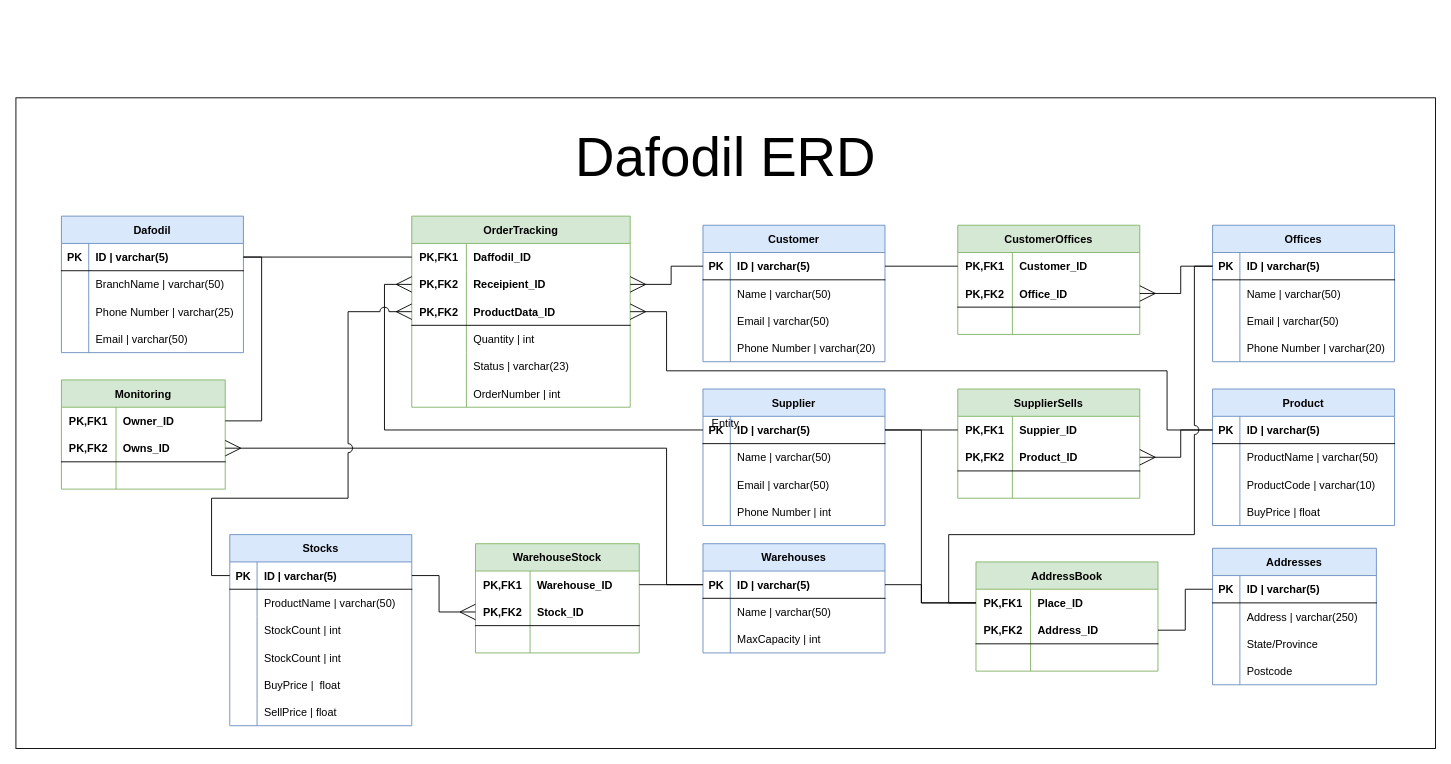
This is ERD.drawio from BaiOmarFromBathSpa/Databases-Assesment, a draw.io file, before an edit. Source tidied: cells renumbered, new cells numbered last; positions are measured from the earlier drawing's top-left corner, leaving out a move shared by most shapes. Both pictures are drawn from the tidied source at 91%, with x=0, y=0 at pixel (15, 97).
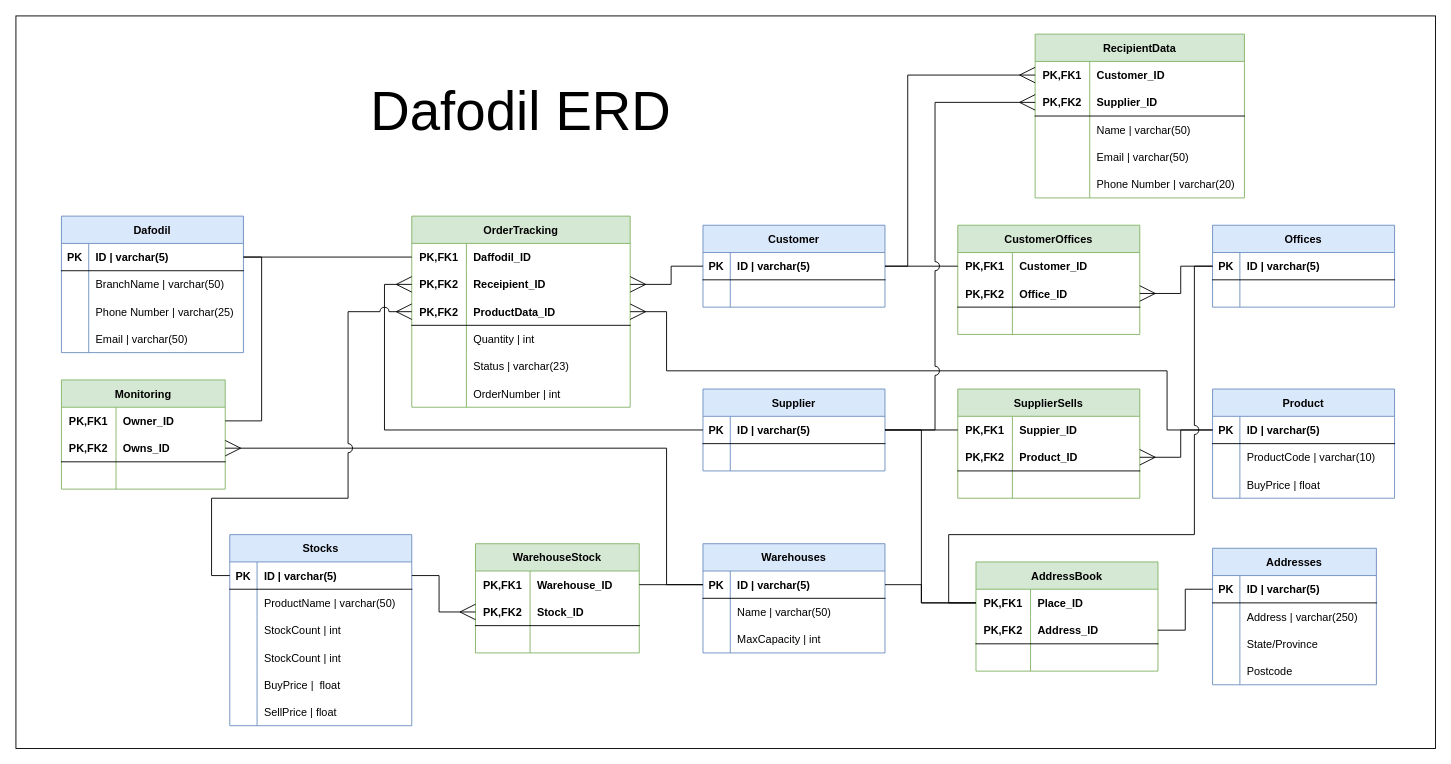
Above is the later version.

The change refers to these unchanged cells:
```xml
<mxCell id="14" style="shape=tableRow;horizontal=0;startSize=0;swimlaneHead=0;swimlaneBody=0;fillColor=none;points=[[0,0.5],[1,0.5]];portConstraint=eastwest;top=0;left=0;right=0;bottom=1;strokeColor=default;" parent="13" vertex="1">
  <mxGeometry y="30" width="200" height="30" as="geometry" />
</mxCell>
<mxCell id="98" style="shape=tableRow;horizontal=0;startSize=0;swimlaneHead=0;swimlaneBody=0;fillColor=none;points=[[0,0.5],[1,0.5]];portConstraint=eastwest;top=0;left=0;right=0;bottom=1;strokeColor=default;" parent="97" vertex="1">
  <mxGeometry y="30" width="200" height="30" as="geometry" />
</mxCell>
```

The edit, as a diff of the source:
```diff
@@
-    <mxCell id="2" value="Entity" style="whiteSpace=wrap;html=1;align=center;strokeColor=default;fillColor=default;backgroundOutline=1;" parent="1" vertex="1">
-      <mxGeometry width="1560" height="715" as="geometry" />
+    <mxCell id="2" style="whiteSpace=wrap;html=1;align=center;strokeColor=default;fillColor=default;backgroundOutline=1;" parent="1" vertex="1">
+      <mxGeometry y="-90" width="1560" height="805" as="geometry" />
     </mxCell>
@@
     <mxCell id="13" value="Customer" style="shape=table;startSize=30;childLayout=tableLayout;rowLines=0;fontStyle=1;align=center;strokeColor=#6c8ebf;fillColor=#dae8fc;" parent="1" vertex="1">
-      <mxGeometry x="755" y="140" width="200" height="150" as="geometry" />
+      <mxGeometry x="755" y="140" width="200" height="90" as="geometry" />
     </mxCell>
@@
-    <mxCell id="17" style="shape=tableRow;horizontal=0;startSize=0;swimlaneHead=0;swimlaneBody=0;fillColor=none;top=0;left=0;right=0;bottom=0;strokeColor=default;" parent="13" vertex="1">
-      <mxGeometry y="60" width="200" height="30" as="geometry" />
-    </mxCell>
-    <mxCell id="18" style="shape=partialRectangle;fillColor=none;top=0;left=0;bottom=0;right=0;overflow=hidden;strokeColor=default;" parent="17" vertex="1">
-      <mxGeometry width="30" height="30" as="geometry" />
-    </mxCell>
-    <mxCell id="19" value="Name | varchar(50)" style="shape=partialRectangle;fillColor=none;top=0;left=0;bottom=0;right=0;align=left;spacingLeft=6;overflow=hidden;strokeColor=default;" parent="17" vertex="1">
-      <mxGeometry x="30" width="170" height="30" as="geometry" />
-    </mxCell>
-    <mxCell id="20" style="shape=tableRow;horizontal=0;startSize=0;swimlaneHead=0;swimlaneBody=0;fillColor=none;top=0;left=0;right=0;bottom=0;strokeColor=default;" parent="13" vertex="1">
-      <mxGeometry y="90" width="200" height="30" as="geometry" />
-    </mxCell>
-    <mxCell id="21" style="shape=partialRectangle;fillColor=none;top=0;left=0;bottom=0;right=0;overflow=hidden;strokeColor=default;" parent="20" vertex="1">
-      <mxGeometry width="30" height="30" as="geometry" />
-    </mxCell>
-    <mxCell id="22" value="Email | varchar(50)" style="shape=partialRectangle;fillColor=none;top=0;left=0;bottom=0;right=0;align=left;spacingLeft=6;overflow=hidden;strokeColor=default;" parent="20" vertex="1">
-      <mxGeometry x="30" width="170" height="30" as="geometry" />
-    </mxCell>
-    <mxCell id="23" style="shape=tableRow;horizontal=0;startSize=0;swimlaneHead=0;swimlaneBody=0;fillColor=none;top=0;left=0;right=0;bottom=0;strokeColor=default;" parent="13" vertex="1">
-      <mxGeometry y="120" width="200" height="30" as="geometry" />
-    </mxCell>
-    <mxCell id="24" style="shape=partialRectangle;fillColor=none;top=0;left=0;bottom=0;right=0;overflow=hidden;strokeColor=default;" parent="23" vertex="1">
-      <mxGeometry width="30" height="30" as="geometry" />
-    </mxCell>
-    <mxCell id="25" value="Phone Number | varchar(20)" style="shape=partialRectangle;fillColor=none;top=0;left=0;bottom=0;right=0;align=left;spacingLeft=6;overflow=hidden;strokeColor=default;" parent="23" vertex="1">
-      <mxGeometry x="30" width="170" height="30" as="geometry" />
-    </mxCell>
+    <mxCell id="197" style="shape=tableRow;horizontal=0;startSize=0;swimlaneHead=0;swimlaneBody=0;fillColor=none;top=0;left=0;right=0;bottom=0;strokeColor=default;" parent="13" vertex="1">
+      <mxGeometry y="60" width="200" height="30" as="geometry" />
+    </mxCell>
+    <mxCell id="198" style="shape=partialRectangle;fillColor=none;top=0;left=0;bottom=0;right=0;overflow=hidden;strokeColor=default;" parent="197" vertex="1">
+      <mxGeometry width="30" height="30" as="geometry" />
+    </mxCell>
+    <mxCell id="199" style="shape=partialRectangle;fillColor=none;top=0;left=0;bottom=0;right=0;align=left;spacingLeft=6;overflow=hidden;strokeColor=default;" parent="197" vertex="1">
+      <mxGeometry x="30" width="170" height="30" as="geometry" />
+    </mxCell>
     <mxCell id="26" value="Offices" style="shape=table;startSize=30;childLayout=tableLayout;rowLines=0;fontStyle=1;align=center;strokeColor=#6c8ebf;fillColor=#dae8fc;" parent="1" vertex="1">
-      <mxGeometry x="1315" y="140" width="200" height="150" as="geometry" />
+      <mxGeometry x="1315" y="140" width="200" height="90" as="geometry" />
     </mxCell>
@@
-    <mxCell id="30" style="shape=tableRow;horizontal=0;startSize=0;swimlaneHead=0;swimlaneBody=0;fillColor=none;top=0;left=0;right=0;bottom=0;strokeColor=default;" parent="26" vertex="1">
-      <mxGeometry y="60" width="200" height="30" as="geometry" />
-    </mxCell>
-    <mxCell id="31" style="shape=partialRectangle;fillColor=none;top=0;left=0;bottom=0;right=0;overflow=hidden;strokeColor=default;" parent="30" vertex="1">
-      <mxGeometry width="30" height="30" as="geometry" />
-    </mxCell>
-    <mxCell id="32" value="Name | varchar(50)" style="shape=partialRectangle;fillColor=none;top=0;left=0;bottom=0;right=0;align=left;spacingLeft=6;overflow=hidden;strokeColor=default;" parent="30" vertex="1">
-      <mxGeometry x="30" width="170" height="30" as="geometry" />
-    </mxCell>
-    <mxCell id="33" style="shape=tableRow;horizontal=0;startSize=0;swimlaneHead=0;swimlaneBody=0;fillColor=none;top=0;left=0;right=0;bottom=0;strokeColor=default;" parent="26" vertex="1">
-      <mxGeometry y="90" width="200" height="30" as="geometry" />
-    </mxCell>
-    <mxCell id="34" style="shape=partialRectangle;fillColor=none;top=0;left=0;bottom=0;right=0;overflow=hidden;strokeColor=default;" parent="33" vertex="1">
-      <mxGeometry width="30" height="30" as="geometry" />
-    </mxCell>
-    <mxCell id="35" value="Email | varchar(50)" style="shape=partialRectangle;fillColor=none;top=0;left=0;bottom=0;right=0;align=left;spacingLeft=6;overflow=hidden;strokeColor=default;" parent="33" vertex="1">
-      <mxGeometry x="30" width="170" height="30" as="geometry" />
-    </mxCell>
     <mxCell id="36" style="shape=tableRow;horizontal=0;startSize=0;swimlaneHead=0;swimlaneBody=0;fillColor=none;top=0;left=0;right=0;bottom=0;strokeColor=default;" parent="26" vertex="1">
-      <mxGeometry y="120" width="200" height="30" as="geometry" />
+      <mxGeometry y="60" width="200" height="30" as="geometry" />
     </mxCell>
@@
-    <mxCell id="38" value="Phone Number | varchar(20)" style="shape=partialRectangle;fillColor=none;top=0;left=0;bottom=0;right=0;align=left;spacingLeft=6;overflow=hidden;strokeColor=default;" parent="36" vertex="1">
+    <mxCell id="38" style="shape=partialRectangle;fillColor=none;top=0;left=0;bottom=0;right=0;align=left;spacingLeft=6;overflow=hidden;strokeColor=default;" parent="36" vertex="1">
       <mxGeometry x="30" width="170" height="30" as="geometry" />
     </mxCell>
@@
     <mxCell id="97" value="Supplier" style="shape=table;startSize=30;childLayout=tableLayout;rowLines=0;fontStyle=1;align=center;strokeColor=#6c8ebf;fillColor=#dae8fc;" parent="1" vertex="1">
-      <mxGeometry x="755" y="320" width="200" height="150" as="geometry" />
+      <mxGeometry x="755" y="320" width="200" height="90" as="geometry" />
     </mxCell>
@@
-    <mxCell id="101" style="shape=tableRow;horizontal=0;startSize=0;swimlaneHead=0;swimlaneBody=0;fillColor=none;top=0;left=0;right=0;bottom=0;strokeColor=default;" parent="97" vertex="1">
-      <mxGeometry y="60" width="200" height="30" as="geometry" />
-    </mxCell>
-    <mxCell id="102" style="shape=partialRectangle;fillColor=none;top=0;left=0;bottom=0;right=0;overflow=hidden;strokeColor=default;" parent="101" vertex="1">
-      <mxGeometry width="30" height="30" as="geometry" />
-    </mxCell>
-    <mxCell id="103" value="Name | varchar(50)" style="shape=partialRectangle;fillColor=none;top=0;left=0;bottom=0;right=0;align=left;spacingLeft=6;overflow=hidden;strokeColor=default;" parent="101" vertex="1">
-      <mxGeometry x="30" width="170" height="30" as="geometry" />
-    </mxCell>
-    <mxCell id="104" style="shape=tableRow;horizontal=0;startSize=0;swimlaneHead=0;swimlaneBody=0;fillColor=none;top=0;left=0;right=0;bottom=0;strokeColor=default;" parent="97" vertex="1">
-      <mxGeometry y="90" width="200" height="30" as="geometry" />
-    </mxCell>
-    <mxCell id="105" style="shape=partialRectangle;fillColor=none;top=0;left=0;bottom=0;right=0;overflow=hidden;strokeColor=default;" parent="104" vertex="1">
-      <mxGeometry width="30" height="30" as="geometry" />
-    </mxCell>
-    <mxCell id="106" value="Email | varchar(50)" style="shape=partialRectangle;fillColor=none;top=0;left=0;bottom=0;right=0;align=left;spacingLeft=6;overflow=hidden;strokeColor=default;" parent="104" vertex="1">
-      <mxGeometry x="30" width="170" height="30" as="geometry" />
-    </mxCell>
     <mxCell id="107" style="shape=tableRow;horizontal=0;startSize=0;swimlaneHead=0;swimlaneBody=0;fillColor=none;top=0;left=0;right=0;bottom=0;strokeColor=default;" parent="97" vertex="1">
-      <mxGeometry y="120" width="200" height="30" as="geometry" />
+      <mxGeometry y="60" width="200" height="30" as="geometry" />
     </mxCell>
@@
-    <mxCell id="109" value="Phone Number | int" style="shape=partialRectangle;fillColor=none;top=0;left=0;bottom=0;right=0;align=left;spacingLeft=6;overflow=hidden;strokeColor=default;" parent="107" vertex="1">
+    <mxCell id="109" style="shape=partialRectangle;fillColor=none;top=0;left=0;bottom=0;right=0;align=left;spacingLeft=6;overflow=hidden;strokeColor=default;" parent="107" vertex="1">
       <mxGeometry x="30" width="170" height="30" as="geometry" />
     </mxCell>
@@
     <mxCell id="111" value="Product" style="shape=table;startSize=30;childLayout=tableLayout;rowLines=0;fontStyle=1;align=center;strokeColor=#6c8ebf;fillColor=#dae8fc;" parent="1" vertex="1">
-      <mxGeometry x="1315" y="320" width="200" height="150" as="geometry" />
+      <mxGeometry x="1315" y="320" width="200" height="120" as="geometry" />
     </mxCell>
@@
-    <mxCell id="115" style="shape=tableRow;horizontal=0;startSize=0;swimlaneHead=0;swimlaneBody=0;fillColor=none;top=0;left=0;right=0;bottom=0;strokeColor=default;" parent="111" vertex="1">
-      <mxGeometry y="60" width="200" height="30" as="geometry" />
-    </mxCell>
-    <mxCell id="116" style="shape=partialRectangle;fillColor=none;top=0;left=0;bottom=0;right=0;overflow=hidden;strokeColor=default;" parent="115" vertex="1">
-      <mxGeometry width="30" height="30" as="geometry" />
-    </mxCell>
-    <mxCell id="117" value="ProductName | varchar(50)" style="shape=partialRectangle;fillColor=none;top=0;left=0;bottom=0;right=0;align=left;spacingLeft=6;overflow=hidden;strokeColor=default;" parent="115" vertex="1">
-      <mxGeometry x="30" width="170" height="30" as="geometry" />
-    </mxCell>
     <mxCell id="118" style="shape=tableRow;horizontal=0;startSize=0;swimlaneHead=0;swimlaneBody=0;fillColor=none;top=0;left=0;right=0;bottom=0;strokeColor=default;" parent="111" vertex="1">
-      <mxGeometry y="90" width="200" height="30" as="geometry" />
+      <mxGeometry y="60" width="200" height="30" as="geometry" />
     </mxCell>
@@
     <mxCell id="121" style="shape=tableRow;horizontal=0;startSize=0;swimlaneHead=0;swimlaneBody=0;fillColor=none;top=0;left=0;right=0;bottom=0;strokeColor=default;" parent="111" vertex="1">
-      <mxGeometry y="120" width="200" height="30" as="geometry" />
+      <mxGeometry y="90" width="200" height="30" as="geometry" />
     </mxCell>
@@
     <mxCell id="196" value="&lt;font style=&quot;font-size: 60px;&quot;&gt;Dafodil ERD&lt;/font&gt;" style="whiteSpace=wrap;html=1;align=center;strokeColor=none;fontSize=40;fillColor=default;" parent="1" vertex="1">
-      <mxGeometry x="550" y="20" width="460" height="90" as="geometry" />
+      <mxGeometry x="325" y="-30" width="460" height="90" as="geometry" />
     </mxCell>
+    <mxCell id="200" value="RecipientData" style="shape=table;startSize=30;childLayout=tableLayout;rowLines=0;fontStyle=1;align=center;strokeColor=#82b366;fillColor=#d5e8d4;" parent="1" vertex="1">
+      <mxGeometry x="1120" y="-70" width="230" height="180" as="geometry" />
+    </mxCell>
+    <mxCell id="201" style="shape=tableRow;horizontal=0;startSize=0;swimlaneHead=0;swimlaneBody=0;fillColor=none;points=[[0,0.5],[1,0.5]];portConstraint=eastwest;top=0;left=0;right=0;bottom=0;strokeColor=default;" parent="200" vertex="1">
+      <mxGeometry y="30" width="230" height="30" as="geometry" />
+    </mxCell>
+    <mxCell id="202" value="PK,FK1" style="shape=partialRectangle;fillColor=none;top=0;left=0;bottom=0;right=0;fontStyle=1;overflow=hidden;strokeColor=default;" parent="201" vertex="1">
+      <mxGeometry width="60" height="30" as="geometry" />
+    </mxCell>
+    <mxCell id="203" value="Customer_ID" style="shape=partialRectangle;fillColor=none;top=0;left=0;bottom=0;right=0;align=left;spacingLeft=6;fontStyle=1;overflow=hidden;strokeColor=default;" parent="201" vertex="1">
+      <mxGeometry x="60" width="170" height="30" as="geometry" />
+    </mxCell>
+    <mxCell id="204" style="shape=tableRow;horizontal=0;startSize=0;swimlaneHead=0;swimlaneBody=0;fillColor=none;points=[[0,0.5],[1,0.5]];portConstraint=eastwest;top=0;left=0;right=0;bottom=1;strokeColor=default;" parent="200" vertex="1">
+      <mxGeometry y="60" width="230" height="30" as="geometry" />
+    </mxCell>
+    <mxCell id="205" value="PK,FK2" style="shape=partialRectangle;fillColor=none;top=0;left=0;bottom=0;right=0;fontStyle=1;overflow=hidden;strokeColor=default;" parent="204" vertex="1">
+      <mxGeometry width="60" height="30" as="geometry" />
+    </mxCell>
+    <mxCell id="206" value="Supplier_ID" style="shape=partialRectangle;fillColor=none;top=0;left=0;bottom=0;right=0;align=left;spacingLeft=6;fontStyle=1;overflow=hidden;strokeColor=default;" parent="204" vertex="1">
+      <mxGeometry x="60" width="170" height="30" as="geometry" />
+    </mxCell>
+    <mxCell id="17" style="shape=tableRow;horizontal=0;startSize=0;swimlaneHead=0;swimlaneBody=0;fillColor=none;top=0;left=0;right=0;bottom=0;strokeColor=default;" parent="200" vertex="1">
+      <mxGeometry y="90" width="230" height="30" as="geometry" />
+    </mxCell>
+    <mxCell id="18" style="shape=partialRectangle;fillColor=none;top=0;left=0;bottom=0;right=0;overflow=hidden;strokeColor=default;" parent="17" vertex="1">
+      <mxGeometry width="60" height="30" as="geometry" />
+    </mxCell>
+    <mxCell id="19" value="Name | varchar(50)" style="shape=partialRectangle;fillColor=none;top=0;left=0;bottom=0;right=0;align=left;spacingLeft=6;overflow=hidden;strokeColor=default;" parent="17" vertex="1">
+      <mxGeometry x="60" width="170" height="30" as="geometry" />
+    </mxCell>
+    <mxCell id="20" style="shape=tableRow;horizontal=0;startSize=0;swimlaneHead=0;swimlaneBody=0;fillColor=none;top=0;left=0;right=0;bottom=0;strokeColor=default;" parent="200" vertex="1">
+      <mxGeometry y="120" width="230" height="30" as="geometry" />
+    </mxCell>
+    <mxCell id="21" style="shape=partialRectangle;fillColor=none;top=0;left=0;bottom=0;right=0;overflow=hidden;strokeColor=default;" parent="20" vertex="1">
+      <mxGeometry width="60" height="30" as="geometry" />
+    </mxCell>
+    <mxCell id="22" value="Email | varchar(50)" style="shape=partialRectangle;fillColor=none;top=0;left=0;bottom=0;right=0;align=left;spacingLeft=6;overflow=hidden;strokeColor=default;" parent="20" vertex="1">
+      <mxGeometry x="60" width="170" height="30" as="geometry" />
+    </mxCell>
+    <mxCell id="23" style="shape=tableRow;horizontal=0;startSize=0;swimlaneHead=0;swimlaneBody=0;fillColor=none;top=0;left=0;right=0;bottom=0;strokeColor=default;" parent="200" vertex="1">
+      <mxGeometry y="150" width="230" height="30" as="geometry" />
+    </mxCell>
+    <mxCell id="24" style="shape=partialRectangle;fillColor=none;top=0;left=0;bottom=0;right=0;overflow=hidden;strokeColor=default;" parent="23" vertex="1">
+      <mxGeometry width="60" height="30" as="geometry" />
+    </mxCell>
+    <mxCell id="25" value="Phone Number | varchar(20)" style="shape=partialRectangle;fillColor=none;top=0;left=0;bottom=0;right=0;align=left;spacingLeft=6;overflow=hidden;strokeColor=default;" parent="23" vertex="1">
+      <mxGeometry x="60" width="170" height="30" as="geometry" />
+    </mxCell>
+    <mxCell id="207" style="edgeStyle=orthogonalEdgeStyle;rounded=0;jettySize=auto;html=1;exitX=1;exitY=0.5;exitDx=0;exitDy=0;entryX=0;entryY=0.5;entryDx=0;entryDy=0;jumpStyle=arc;jumpSize=10;endArrow=ERmany;endFill=0;endSize=15;" parent="1" edge="1" source="14" target="201">
+      <mxGeometry relative="1" as="geometry">
+        <Array as="points">
+          <mxPoint x="980" y="185" />
+          <mxPoint x="980" y="-25" />
+        </Array>
+      </mxGeometry>
+    </mxCell>
+    <mxCell id="208" style="edgeStyle=orthogonalEdgeStyle;rounded=0;jumpStyle=arc;jumpSize=10;jettySize=auto;html=1;exitX=1;exitY=0.5;exitDx=0;exitDy=0;entryX=0;entryY=0.5;entryDx=0;entryDy=0;endArrow=ERmany;endFill=0;endSize=15;" parent="1" edge="1" source="98" target="204">
+      <mxGeometry relative="1" as="geometry">
+        <Array as="points">
+          <mxPoint x="1010" y="365" />
+          <mxPoint x="1010" y="5" />
+        </Array>
+      </mxGeometry>
+    </mxCell>
```
